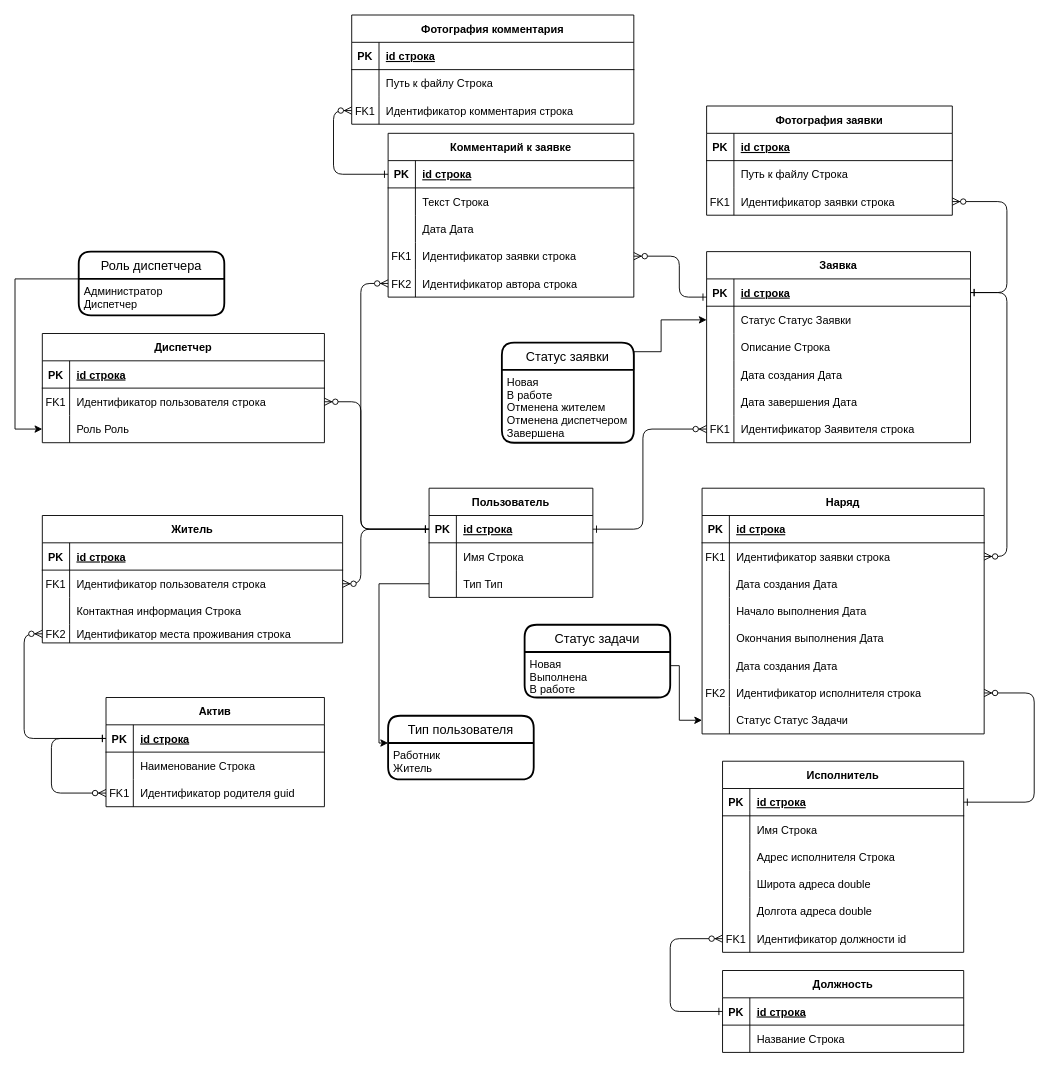
This is er.drawio from iamquoz/essen, a draw.io file, before an edit. Source tidied: cells renumbered, new cells numbered last; positions are measured from the earlier drawing's top-left corner, leaving out a move shared by most shapes. Both pictures are drawn from the tidied source at 91%, with x=0, y=0 at pixel (-26, 15).
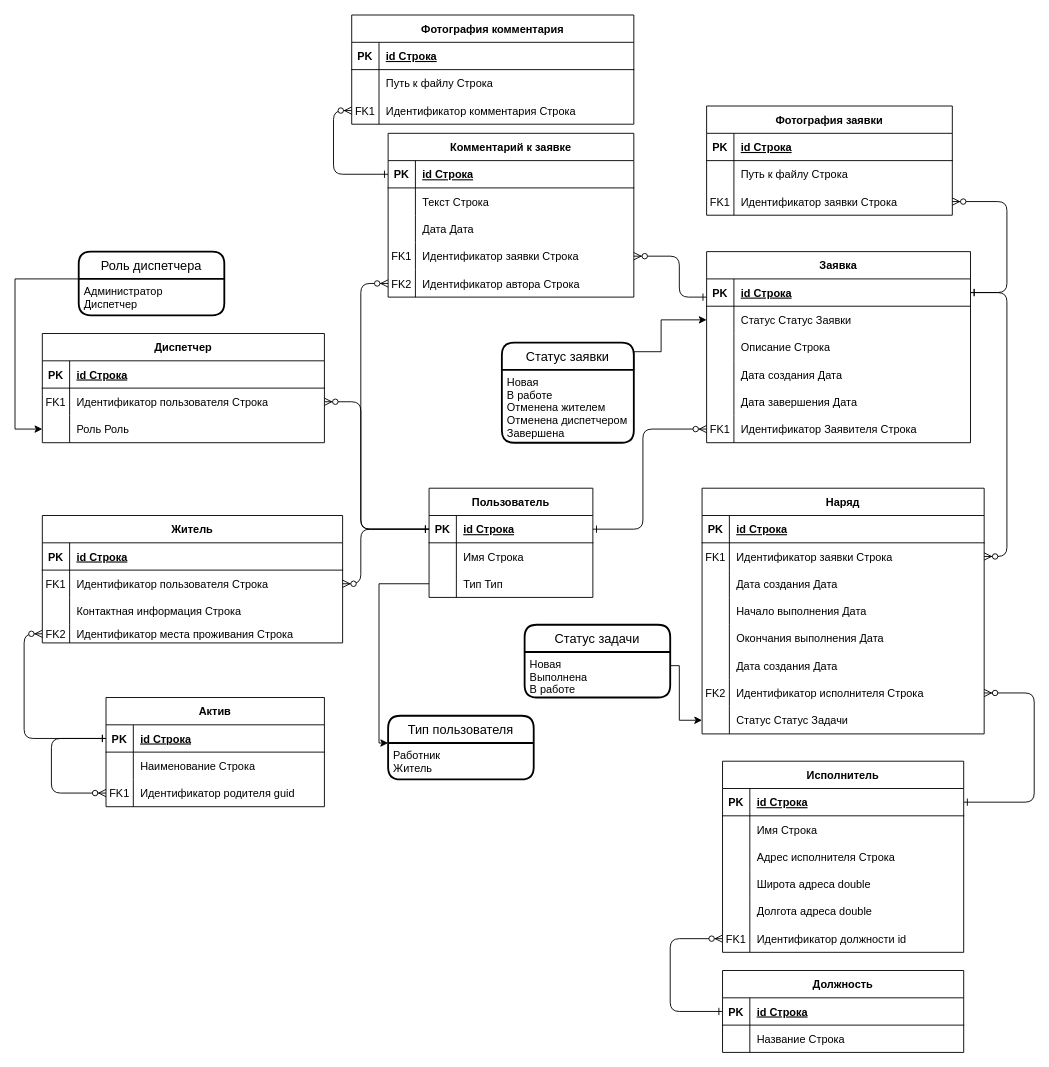
Above is the later version.

The change refers to these unchanged cells:
```xml
<mxCell id="4" style="shape=partialRectangle;fillColor=none;points=[[0,0.5],[1,0.5]];portConstraint=eastwest;top=0;left=0;right=0;bottom=1;" parent="3" vertex="1">
  <mxGeometry y="30" width="290" height="30" as="geometry" />
</mxCell>
<mxCell id="19" style="shape=partialRectangle;fillColor=none;points=[[0,0.5],[1,0.5]];portConstraint=eastwest;top=0;left=0;right=0;bottom=0;" parent="3" vertex="1">
  <mxGeometry y="180" width="290" height="30" as="geometry" />
</mxCell>
<mxCell id="23" style="shape=partialRectangle;fillColor=none;top=0;left=0;right=0;bottom=1;" parent="22" vertex="1">
  <mxGeometry y="30" width="310" height="30" as="geometry" />
</mxCell>
<mxCell id="26" style="shape=partialRectangle;fillColor=none;points=[[0,0.5],[1,0.5]];portConstraint=eastwest;top=0;left=0;right=0;bottom=0;" parent="22" vertex="1">
  <mxGeometry y="60" width="310" height="30" as="geometry" />
</mxCell>
<mxCell id="41" style="shape=partialRectangle;fillColor=none;points=[[0,0.5],[1,0.5]];portConstraint=eastwest;top=0;left=0;right=0;bottom=0;" parent="22" vertex="1">
  <mxGeometry y="210" width="310" height="30" as="geometry" />
</mxCell>
<mxCell id="54" style="shape=tableRow;horizontal=0;startSize=0;swimlaneHead=0;swimlaneBody=0;fillColor=none;top=0;left=0;right=0;bottom=1;" parent="53" vertex="1">
  <mxGeometry y="30" width="270" height="30" as="geometry" />
</mxCell>
<mxCell id="60" style="shape=tableRow;horizontal=0;startSize=0;swimlaneHead=0;swimlaneBody=0;fillColor=none;points=[[0,0.5],[1,0.5]];portConstraint=eastwest;top=0;left=0;right=0;bottom=0;" parent="53" vertex="1">
  <mxGeometry y="90" width="270" height="30" as="geometry" />
</mxCell>
<mxCell id="65" style="shape=tableRow;horizontal=0;startSize=0;swimlaneHead=0;swimlaneBody=0;fillColor=none;points=[[0,0.5],[1,0.5]];portConstraint=eastwest;top=0;left=0;right=0;bottom=1;" parent="64" vertex="1">
  <mxGeometry y="30" width="270" height="30" as="geometry" />
</mxCell>
<mxCell id="74" style="shape=tableRow;horizontal=0;startSize=0;swimlaneHead=0;swimlaneBody=0;fillColor=none;points=[[0,0.5],[1,0.5]];portConstraint=eastwest;top=0;left=0;right=0;bottom=0;" parent="64" vertex="1">
  <mxGeometry y="120" width="270" height="30" as="geometry" />
</mxCell>
<mxCell id="77" style="shape=tableRow;horizontal=0;startSize=0;swimlaneHead=0;swimlaneBody=0;fillColor=none;points=[[0,0.5],[1,0.5]];portConstraint=eastwest;top=0;left=0;right=0;bottom=0;" parent="64" vertex="1">
  <mxGeometry y="150" width="270" height="30" as="geometry" />
</mxCell>
<mxCell id="82" style="shape=tableRow;horizontal=0;startSize=0;swimlaneHead=0;swimlaneBody=0;fillColor=none;top=0;left=0;right=0;bottom=1;" parent="81" vertex="1">
  <mxGeometry y="30" width="310" height="30" as="geometry" />
</mxCell>
<mxCell id="88" style="shape=tableRow;horizontal=0;startSize=0;swimlaneHead=0;swimlaneBody=0;fillColor=none;points=[[0,0.5],[1,0.5]];portConstraint=eastwest;top=0;left=0;right=0;bottom=0;" parent="81" vertex="1">
  <mxGeometry y="90" width="310" height="30" as="geometry" />
</mxCell>
<mxCell id="94" style="shape=tableRow;horizontal=0;startSize=0;swimlaneHead=0;swimlaneBody=0;fillColor=none;points=[[0,0.5],[1,0.5]];portConstraint=eastwest;top=0;left=0;right=0;bottom=1;" parent="93" vertex="1">
  <mxGeometry y="30" width="180" height="30" as="geometry" />
</mxCell>
<mxCell id="110" style="shape=tableRow;horizontal=0;startSize=0;swimlaneHead=0;swimlaneBody=0;fillColor=none;top=0;left=0;right=0;bottom=1;" parent="109" vertex="1">
  <mxGeometry y="30" width="330" height="30" as="geometry" />
</mxCell>
<mxCell id="113" style="shape=tableRow;horizontal=0;startSize=0;swimlaneHead=0;swimlaneBody=0;fillColor=none;points=[[0,0.5],[1,0.5]];portConstraint=eastwest;top=0;left=0;right=0;bottom=0;" parent="109" vertex="1">
  <mxGeometry y="60" width="330" height="30" as="geometry" />
</mxCell>
<mxCell id="119" style="shape=tableRow;horizontal=0;startSize=0;swimlaneHead=0;swimlaneBody=0;fillColor=none;points=[[0,0.5],[1,0.5]];portConstraint=eastwest;top=0;left=0;right=0;bottom=0;" parent="109" vertex="1">
  <mxGeometry y="120" width="330" height="20" as="geometry" />
</mxCell>
<mxCell id="124" style="shape=tableRow;horizontal=0;startSize=0;swimlaneHead=0;swimlaneBody=0;fillColor=none;points=[[0,0.5],[1,0.5]];portConstraint=eastwest;top=0;left=0;right=0;bottom=1;" parent="123" vertex="1">
  <mxGeometry y="30" width="265" height="30" as="geometry" />
</mxCell>
<mxCell id="143" style="shape=tableRow;horizontal=0;startSize=0;swimlaneHead=0;swimlaneBody=0;fillColor=none;points=[[0,0.5],[1,0.5]];portConstraint=eastwest;top=0;left=0;right=0;bottom=1;" parent="142" vertex="1">
  <mxGeometry y="30" width="265" height="30" as="geometry" />
</mxCell>
<mxCell id="152" style="shape=tableRow;horizontal=0;startSize=0;swimlaneHead=0;swimlaneBody=0;fillColor=none;top=0;left=0;right=0;bottom=1;" parent="151" vertex="1">
  <mxGeometry y="30" width="310" height="30" as="geometry" />
</mxCell>
<mxCell id="155" style="shape=tableRow;horizontal=0;startSize=0;swimlaneHead=0;swimlaneBody=0;fillColor=none;points=[[0,0.5],[1,0.5]];portConstraint=eastwest;top=0;left=0;right=0;bottom=0;" parent="151" vertex="1">
  <mxGeometry y="60" width="310" height="30" as="geometry" />
</mxCell>
<mxCell id="166" style="shape=tableRow;horizontal=0;startSize=0;swimlaneHead=0;swimlaneBody=0;fillColor=none;points=[[0,0.5],[1,0.5]];portConstraint=eastwest;top=0;left=0;right=0;bottom=1;" parent="165" vertex="1">
  <mxGeometry y="30" width="240" height="30" as="geometry" />
</mxCell>
```

Change to the diagram source:
```diff
@@
-    <mxCell id="6" value="id строка " style="shape=partialRectangle;overflow=hidden;fillColor=none;top=0;left=0;bottom=0;right=0;align=left;spacingLeft=6;fontStyle=5;" parent="4" vertex="1">
+    <mxCell id="6" value="id Строка " style="shape=partialRectangle;overflow=hidden;fillColor=none;top=0;left=0;bottom=0;right=0;align=left;spacingLeft=6;fontStyle=5;" parent="4" vertex="1">
       <mxGeometry x="30" width="260" height="30" as="geometry" />
     </mxCell>
@@
-    <mxCell id="21" value="Идентификатор Заявителя строка " style="shape=partialRectangle;overflow=hidden;fillColor=none;top=0;left=0;bottom=0;right=0;align=left;spacingLeft=6;" parent="19" vertex="1">
+    <mxCell id="21" value="Идентификатор Заявителя Строка " style="shape=partialRectangle;overflow=hidden;fillColor=none;top=0;left=0;bottom=0;right=0;align=left;spacingLeft=6;" parent="19" vertex="1">
       <mxGeometry x="30" width="260" height="30" as="geometry" />
     </mxCell>
@@
-    <mxCell id="25" value="id строка  " style="shape=partialRectangle;overflow=hidden;fillColor=none;top=0;left=0;bottom=0;right=0;align=left;spacingLeft=6;fontStyle=5;" parent="23" vertex="1">
+    <mxCell id="25" value="id Строка  " style="shape=partialRectangle;overflow=hidden;fillColor=none;top=0;left=0;bottom=0;right=0;align=left;spacingLeft=6;fontStyle=5;" parent="23" vertex="1">
       <mxGeometry x="30" width="280" height="30" as="geometry" />
     </mxCell>
@@
-    <mxCell id="28" value="Идентификатор заявки строка " style="shape=partialRectangle;overflow=hidden;fillColor=none;top=0;left=0;bottom=0;right=0;align=left;spacingLeft=6;" parent="26" vertex="1">
+    <mxCell id="28" value="Идентификатор заявки Строка " style="shape=partialRectangle;overflow=hidden;fillColor=none;top=0;left=0;bottom=0;right=0;align=left;spacingLeft=6;" parent="26" vertex="1">
       <mxGeometry x="30" width="280" height="30" as="geometry" />
     </mxCell>
@@
-    <mxCell id="43" value="Идентификатор исполнителя строка " style="shape=partialRectangle;overflow=hidden;fillColor=none;top=0;left=0;bottom=0;right=0;align=left;spacingLeft=6;" parent="41" vertex="1">
+    <mxCell id="43" value="Идентификатор исполнителя Строка " style="shape=partialRectangle;overflow=hidden;fillColor=none;top=0;left=0;bottom=0;right=0;align=left;spacingLeft=6;" parent="41" vertex="1">
       <mxGeometry x="30" width="280" height="30" as="geometry" />
     </mxCell>
@@
-    <mxCell id="56" value="id строка " style="shape=partialRectangle;fillColor=none;top=0;left=0;bottom=0;right=0;align=left;spacingLeft=6;fontStyle=5;overflow=hidden;" parent="54" vertex="1">
+    <mxCell id="56" value="id Строка " style="shape=partialRectangle;fillColor=none;top=0;left=0;bottom=0;right=0;align=left;spacingLeft=6;fontStyle=5;overflow=hidden;" parent="54" vertex="1">
       <mxGeometry x="30" width="240" height="30" as="geometry" />
     </mxCell>
@@
-    <mxCell id="62" value="Идентификатор заявки строка " style="shape=partialRectangle;fillColor=none;top=0;left=0;bottom=0;right=0;align=left;spacingLeft=6;overflow=hidden;" parent="60" vertex="1">
+    <mxCell id="62" value="Идентификатор заявки Строка " style="shape=partialRectangle;fillColor=none;top=0;left=0;bottom=0;right=0;align=left;spacingLeft=6;overflow=hidden;" parent="60" vertex="1">
       <mxGeometry x="30" width="240" height="30" as="geometry" />
     </mxCell>
@@
-    <mxCell id="67" value="id строка " style="shape=partialRectangle;fillColor=none;top=0;left=0;bottom=0;right=0;align=left;spacingLeft=6;fontStyle=5;overflow=hidden;" parent="65" vertex="1">
+    <mxCell id="67" value="id Строка " style="shape=partialRectangle;fillColor=none;top=0;left=0;bottom=0;right=0;align=left;spacingLeft=6;fontStyle=5;overflow=hidden;" parent="65" vertex="1">
       <mxGeometry x="30" width="240" height="30" as="geometry" />
     </mxCell>
@@
-    <mxCell id="76" value="Идентификатор заявки строка " style="shape=partialRectangle;fillColor=none;top=0;left=0;bottom=0;right=0;align=left;spacingLeft=6;overflow=hidden;" parent="74" vertex="1">
+    <mxCell id="76" value="Идентификатор заявки Строка " style="shape=partialRectangle;fillColor=none;top=0;left=0;bottom=0;right=0;align=left;spacingLeft=6;overflow=hidden;" parent="74" vertex="1">
       <mxGeometry x="30" width="240" height="30" as="geometry" />
     </mxCell>
@@
-    <mxCell id="79" value="Идентификатор автора строка " style="shape=partialRectangle;fillColor=none;top=0;left=0;bottom=0;right=0;align=left;spacingLeft=6;overflow=hidden;" parent="77" vertex="1">
+    <mxCell id="79" value="Идентификатор автора Строка " style="shape=partialRectangle;fillColor=none;top=0;left=0;bottom=0;right=0;align=left;spacingLeft=6;overflow=hidden;" parent="77" vertex="1">
       <mxGeometry x="30" width="240" height="30" as="geometry" />
     </mxCell>
@@
-    <mxCell id="84" value="id строка " style="shape=partialRectangle;fillColor=none;top=0;left=0;bottom=0;right=0;align=left;spacingLeft=6;fontStyle=5;overflow=hidden;" parent="82" vertex="1">
+    <mxCell id="84" value="id Строка " style="shape=partialRectangle;fillColor=none;top=0;left=0;bottom=0;right=0;align=left;spacingLeft=6;fontStyle=5;overflow=hidden;" parent="82" vertex="1">
       <mxGeometry x="30" width="280" height="30" as="geometry" />
     </mxCell>
@@
-    <mxCell id="90" value="Идентификатор комментария строка " style="shape=partialRectangle;fillColor=none;top=0;left=0;bottom=0;right=0;align=left;spacingLeft=6;overflow=hidden;" parent="88" vertex="1">
+    <mxCell id="90" value="Идентификатор комментария Строка " style="shape=partialRectangle;fillColor=none;top=0;left=0;bottom=0;right=0;align=left;spacingLeft=6;overflow=hidden;" parent="88" vertex="1">
       <mxGeometry x="30" width="280" height="30" as="geometry" />
     </mxCell>
@@
-    <mxCell id="96" value="id строка " style="shape=partialRectangle;fillColor=none;top=0;left=0;bottom=0;right=0;align=left;spacingLeft=6;fontStyle=5;overflow=hidden;" parent="94" vertex="1">
+    <mxCell id="96" value="id Строка " style="shape=partialRectangle;fillColor=none;top=0;left=0;bottom=0;right=0;align=left;spacingLeft=6;fontStyle=5;overflow=hidden;" parent="94" vertex="1">
       <mxGeometry x="30" width="150" height="30" as="geometry" />
     </mxCell>
@@
-    <mxCell id="112" value="id строка " style="shape=partialRectangle;fillColor=none;top=0;left=0;bottom=0;right=0;align=left;spacingLeft=6;fontStyle=5;overflow=hidden;" parent="110" vertex="1">
+    <mxCell id="112" value="id Строка " style="shape=partialRectangle;fillColor=none;top=0;left=0;bottom=0;right=0;align=left;spacingLeft=6;fontStyle=5;overflow=hidden;" parent="110" vertex="1">
       <mxGeometry x="30" width="300" height="30" as="geometry" />
     </mxCell>
@@
-    <mxCell id="115" value="Идентификатор пользователя строка " style="shape=partialRectangle;fillColor=none;top=0;left=0;bottom=0;right=0;align=left;spacingLeft=6;overflow=hidden;" parent="113" vertex="1">
+    <mxCell id="115" value="Идентификатор пользователя Строка " style="shape=partialRectangle;fillColor=none;top=0;left=0;bottom=0;right=0;align=left;spacingLeft=6;overflow=hidden;" parent="113" vertex="1">
       <mxGeometry x="30" width="300" height="30" as="geometry" />
     </mxCell>
@@
-    <mxCell id="121" value="Идентификатор места проживания строка " style="shape=partialRectangle;fillColor=none;top=0;left=0;bottom=0;right=0;align=left;spacingLeft=6;overflow=hidden;" parent="119" vertex="1">
+    <mxCell id="121" value="Идентификатор места проживания Строка " style="shape=partialRectangle;fillColor=none;top=0;left=0;bottom=0;right=0;align=left;spacingLeft=6;overflow=hidden;" parent="119" vertex="1">
       <mxGeometry x="30" width="300" height="20" as="geometry" />
     </mxCell>
@@
-    <mxCell id="126" value="id строка " style="shape=partialRectangle;fillColor=none;top=0;left=0;bottom=0;right=0;align=left;spacingLeft=6;fontStyle=5;overflow=hidden;" parent="124" vertex="1">
+    <mxCell id="126" value="id Строка " style="shape=partialRectangle;fillColor=none;top=0;left=0;bottom=0;right=0;align=left;spacingLeft=6;fontStyle=5;overflow=hidden;" parent="124" vertex="1">
       <mxGeometry x="30" width="235" height="30" as="geometry" />
     </mxCell>
@@
-    <mxCell id="145" value="id строка " style="shape=partialRectangle;fillColor=none;top=0;left=0;bottom=0;right=0;align=left;spacingLeft=6;fontStyle=5;overflow=hidden;" parent="143" vertex="1">
+    <mxCell id="145" value="id Строка " style="shape=partialRectangle;fillColor=none;top=0;left=0;bottom=0;right=0;align=left;spacingLeft=6;fontStyle=5;overflow=hidden;" parent="143" vertex="1">
       <mxGeometry x="30" width="235" height="30" as="geometry" />
     </mxCell>
@@
-    <mxCell id="154" value="id строка " style="shape=partialRectangle;fillColor=none;top=0;left=0;bottom=0;right=0;align=left;spacingLeft=6;fontStyle=5;overflow=hidden;" parent="152" vertex="1">
+    <mxCell id="154" value="id Строка " style="shape=partialRectangle;fillColor=none;top=0;left=0;bottom=0;right=0;align=left;spacingLeft=6;fontStyle=5;overflow=hidden;" parent="152" vertex="1">
       <mxGeometry x="30" width="280" height="30" as="geometry" />
     </mxCell>
@@
-    <mxCell id="157" value="Идентификатор пользователя строка " style="shape=partialRectangle;fillColor=none;top=0;left=0;bottom=0;right=0;align=left;spacingLeft=6;overflow=hidden;" parent="155" vertex="1">
+    <mxCell id="157" value="Идентификатор пользователя Строка " style="shape=partialRectangle;fillColor=none;top=0;left=0;bottom=0;right=0;align=left;spacingLeft=6;overflow=hidden;" parent="155" vertex="1">
       <mxGeometry x="30" width="280" height="30" as="geometry" />
     </mxCell>
@@
-    <mxCell id="168" value="id строка " style="shape=partialRectangle;fillColor=none;top=0;left=0;bottom=0;right=0;align=left;spacingLeft=6;fontStyle=5;overflow=hidden;" parent="166" vertex="1">
+    <mxCell id="168" value="id Строка " style="shape=partialRectangle;fillColor=none;top=0;left=0;bottom=0;right=0;align=left;spacingLeft=6;fontStyle=5;overflow=hidden;" parent="166" vertex="1">
       <mxGeometry x="30" width="210" height="30" as="geometry" />
     </mxCell>
```
